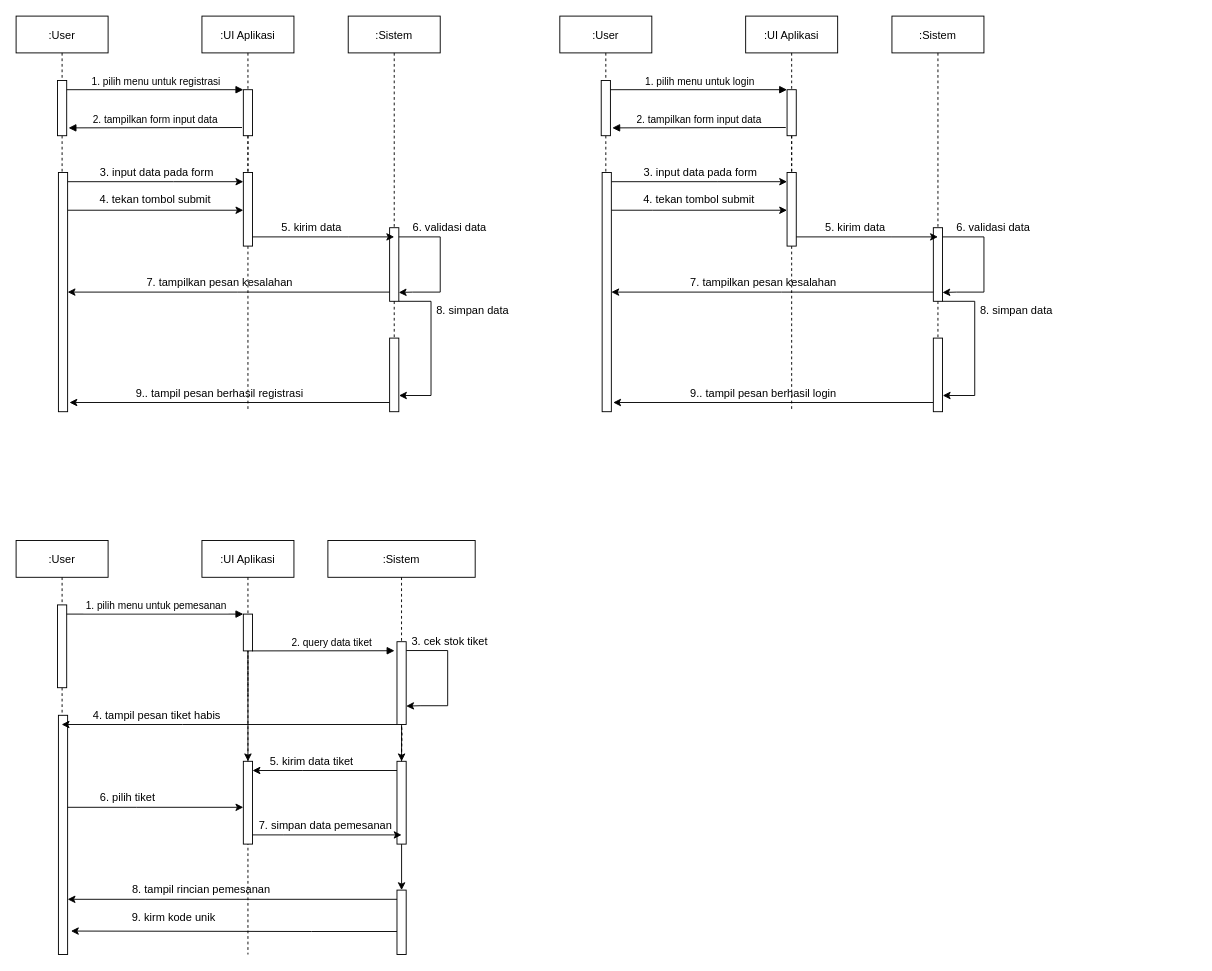
This is sequenceDiagram.drawio from ricky3knowhere/IF214002, a draw.io file, before an edit. Source tidied: cells renumbered, new cells numbered last; positions are measured from the earlier drawing's top-left corner, leaving out a move shared by most shapes. Both pictures are drawn from the tidied source at 92%, with x=0, y=0 at pixel (16, 16).
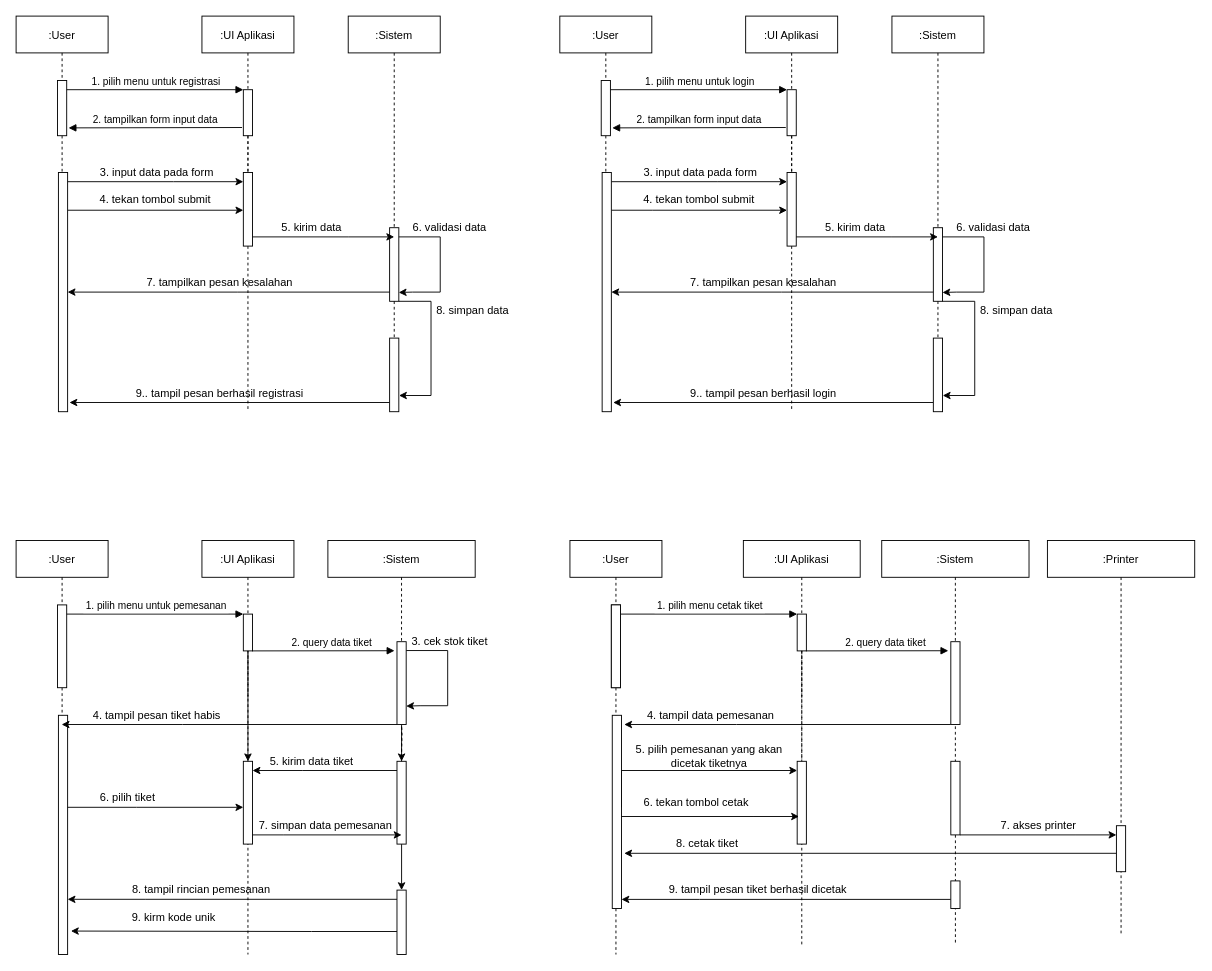
Above is the later version.

Diff of the diagram source:
```diff
@@
+    <mxCell id="87" style="edgeStyle=orthogonalEdgeStyle;rounded=0;orthogonalLoop=1;jettySize=auto;html=1;endArrow=none;endFill=0;dashed=1;" parent="1" edge="1">
+      <mxGeometry relative="1" as="geometry">
+        <mxPoint x="1021" y="860" as="sourcePoint" />
+        <mxPoint x="1021" y="1010" as="targetPoint" />
+      </mxGeometry>
+    </mxCell>
+    <mxCell id="88" value=":UI Aplikasi" style="shape=umlLifeline;perimeter=lifelinePerimeter;rounded=0;shadow=0;strokeWidth=1;" parent="1" vertex="1">
+      <mxGeometry x="790.5" y="570" width="127" height="440" as="geometry" />
+    </mxCell>
+    <mxCell id="89" style="edgeStyle=orthogonalEdgeStyle;rounded=0;orthogonalLoop=1;jettySize=auto;html=1;endArrow=classic;endFill=1;" parent="88" edge="1">
+      <mxGeometry relative="1" as="geometry">
+        <mxPoint x="50" y="240" as="targetPoint" />
+      </mxGeometry>
+    </mxCell>
@@
+    <mxCell id="90" style="points=[];perimeter=orthogonalPerimeter;rounded=0;shadow=0;strokeWidth=1;" parent="1" vertex="1">
+      <mxGeometry x="647" y="640" width="10" height="90" as="geometry" />
+    </mxCell>
+    <mxCell id="91" style="points=[];perimeter=orthogonalPerimeter;rounded=0;shadow=0;strokeWidth=1;" parent="1" vertex="1">
+      <mxGeometry x="849" y="650" width="10" height="40" as="geometry" />
+    </mxCell>
+    <mxCell id="92" style="edgeStyle=orthogonalEdgeStyle;rounded=0;jettySize=auto;html=1;dashed=1;endArrow=none;endFill=0;" parent="1" edge="1" source="91">
+      <mxGeometry relative="1" as="geometry">
+        <mxPoint x="854" y="740" as="targetPoint" />
+      </mxGeometry>
+    </mxCell>
+    <mxCell id="93" style="points=[];perimeter=orthogonalPerimeter;rounded=0;shadow=0;strokeWidth=1;" parent="1" vertex="1">
+      <mxGeometry x="849" y="810" width="10" height="90" as="geometry" />
+    </mxCell>
+    <mxCell id="94" style="edgeStyle=orthogonalEdgeStyle;rounded=0;jettySize=auto;html=1;endArrow=none;endFill=0;dashed=1;" parent="1" edge="1" source="91" target="93">
+      <mxGeometry relative="1" as="geometry" />
+    </mxCell>
+    <mxCell id="95" value=" 1. pilih menu cetak tiket" style="verticalAlign=bottom;endArrow=block;entryX=0;entryY=0;shadow=0;strokeWidth=1;" parent="1" edge="1" source="90" target="91">
+      <mxGeometry relative="1" as="geometry" />
+    </mxCell>
+    <mxCell id="96" value="2. query data tiket" style="verticalAlign=bottom;endArrow=block;shadow=0;strokeWidth=1;entryX=-0.267;entryY=0.109;entryDx=0;entryDy=0;entryPerimeter=0;" parent="1" edge="1" target="100">
+      <mxGeometry x="0.13" relative="1" as="geometry">
+        <mxPoint x="858.5" y="690" as="sourcePoint" />
+      </mxGeometry>
+    </mxCell>
+    <mxCell id="97" value=":Sistem" style="shape=umlLifeline;perimeter=lifelinePerimeter;rounded=0;shadow=0;strokeWidth=1;" parent="1" vertex="1">
+      <mxGeometry x="940.9" y="570" width="160.1" height="310" as="geometry" />
+    </mxCell>
+    <mxCell id="98" value="&amp;nbsp;4. tampil data pemesanan" style="text;html=1;align=center;verticalAlign=middle;strokeColor=none;fillColor=none;" parent="1" vertex="1">
+      <mxGeometry x="673" y="750" width="160" height="20" as="geometry" />
+    </mxCell>
+    <mxCell id="99" style="edgeStyle=orthogonalEdgeStyle;rounded=0;jettySize=auto;html=1;endArrow=classic;endFill=1;" parent="1" edge="1" source="100">
+      <mxGeometry relative="1" as="geometry">
+        <mxPoint x="661" y="770" as="targetPoint" />
+        <Array as="points">
+          <mxPoint x="783" y="770" />
+          <mxPoint x="783" y="770" />
+        </Array>
+      </mxGeometry>
+    </mxCell>
+    <mxCell id="100" style="points=[];perimeter=orthogonalPerimeter;rounded=0;shadow=0;strokeWidth=1;" parent="1" vertex="1">
+      <mxGeometry x="1016" y="680" width="10" height="90" as="geometry" />
+    </mxCell>
+    <mxCell id="101" style="edgeStyle=orthogonalEdgeStyle;rounded=0;jettySize=auto;html=1;endArrow=classic;endFill=1;" parent="1" edge="1" source="102" target="114">
+      <mxGeometry relative="1" as="geometry">
+        <Array as="points">
+          <mxPoint x="1151" y="890" />
+          <mxPoint x="1151" y="890" />
+        </Array>
+      </mxGeometry>
+    </mxCell>
+    <mxCell id="102" style="points=[];perimeter=orthogonalPerimeter;rounded=0;shadow=0;strokeWidth=1;" parent="1" vertex="1">
+      <mxGeometry x="1016" y="810" width="10" height="80" as="geometry" />
+    </mxCell>
+    <mxCell id="103" style="edgeStyle=orthogonalEdgeStyle;rounded=0;jettySize=auto;html=1;endArrow=classic;endFill=1;" parent="1" edge="1" target="93">
+      <mxGeometry relative="1" as="geometry">
+        <mxPoint x="658" y="860.1" as="sourcePoint" />
+        <Array as="points">
+          <mxPoint x="658" y="820" />
+        </Array>
+      </mxGeometry>
+    </mxCell>
+    <mxCell id="104" value="&lt;div&gt;5. pilih pemesanan yang akan &lt;br&gt;&lt;/div&gt;&lt;div&gt;dicetak tiketnya&lt;br&gt;&lt;/div&gt;" style="text;html=1;align=center;verticalAlign=middle;strokeColor=none;fillColor=none;" parent="1" vertex="1">
+      <mxGeometry x="668" y="790" width="170" height="30" as="geometry" />
+    </mxCell>
+    <mxCell id="105" value="7. akses printer" style="text;html=1;align=center;verticalAlign=middle;strokeColor=none;fillColor=none;" parent="1" vertex="1">
+      <mxGeometry x="1061" y="870" width="100" height="20" as="geometry" />
+    </mxCell>
+    <mxCell id="106" style="edgeStyle=orthogonalEdgeStyle;rounded=0;orthogonalLoop=1;jettySize=auto;html=1;endArrow=classic;endFill=1;" parent="1" edge="1">
+      <mxGeometry relative="1" as="geometry">
+        <mxPoint x="1016" y="960.1" as="sourcePoint" />
+        <mxPoint x="658" y="960.1" as="targetPoint" />
+        <Array as="points">
+          <mxPoint x="743" y="960" />
+          <mxPoint x="743" y="960" />
+        </Array>
+      </mxGeometry>
+    </mxCell>
+    <mxCell id="107" value=":User" style="shape=umlLifeline;perimeter=lifelinePerimeter;rounded=0;shadow=0;strokeWidth=1;" parent="1" vertex="1">
+      <mxGeometry x="602" y="570" width="100" height="450" as="geometry" />
+    </mxCell>
+    <mxCell id="108" style="perimeter=orthogonalPerimeter;rounded=0;shadow=0;strokeWidth=1;" parent="107" vertex="1">
+      <mxGeometry x="45" y="70" width="10" height="90" as="geometry" />
+    </mxCell>
+    <mxCell id="109" style="points=[];perimeter=orthogonalPerimeter;rounded=0;shadow=0;strokeWidth=1;" parent="107" vertex="1">
+      <mxGeometry x="46" y="190" width="10" height="210" as="geometry" />
+    </mxCell>
+    <mxCell id="110" style="edgeStyle=orthogonalEdgeStyle;rounded=0;jettySize=auto;html=1;endArrow=classic;endFill=1;" parent="1" edge="1" source="109">
+      <mxGeometry relative="1" as="geometry">
+        <mxPoint x="851" y="870" as="targetPoint" />
+        <Array as="points">
+          <mxPoint x="801" y="870" />
+          <mxPoint x="801" y="870" />
+        </Array>
+      </mxGeometry>
+    </mxCell>
+    <mxCell id="111" value="6. tekan tombol cetak" style="text;html=1;align=center;verticalAlign=middle;strokeColor=none;fillColor=none;" parent="1" vertex="1">
+      <mxGeometry x="674" y="845" width="130" height="20" as="geometry" />
+    </mxCell>
+    <mxCell id="112" value=":Printer" style="shape=umlLifeline;perimeter=lifelinePerimeter;rounded=0;shadow=0;strokeWidth=1;" parent="1" vertex="1">
+      <mxGeometry x="1121" y="570" width="160.1" height="430" as="geometry" />
+    </mxCell>
+    <mxCell id="113" style="edgeStyle=orthogonalEdgeStyle;rounded=0;jettySize=auto;html=1;endArrow=classic;endFill=1;" parent="1" edge="1" source="114">
+      <mxGeometry relative="1" as="geometry">
+        <mxPoint x="661" y="910" as="targetPoint" />
+        <Array as="points">
+          <mxPoint x="661" y="910" />
+        </Array>
+      </mxGeometry>
+    </mxCell>
+    <mxCell id="114" style="points=[];perimeter=orthogonalPerimeter;rounded=0;shadow=0;strokeWidth=1;" parent="1" vertex="1">
+      <mxGeometry x="1196" y="880" width="10" height="50" as="geometry" />
+    </mxCell>
+    <mxCell id="115" style="perimeter=orthogonalPerimeter;rounded=0;shadow=0;strokeWidth=1;" parent="1" vertex="1">
+      <mxGeometry x="1016" y="940" width="10" height="30" as="geometry" />
+    </mxCell>
+    <mxCell id="116" value="8. cetak tiket" style="text;html=1;align=center;verticalAlign=middle;strokeColor=none;fillColor=none;" parent="1" vertex="1">
+      <mxGeometry x="710.5" y="890" width="80" height="20" as="geometry" />
+    </mxCell>
+    <mxCell id="117" value="9. tampil pesan tiket berhasil dicetak" style="text;html=1;align=center;verticalAlign=middle;strokeColor=none;fillColor=none;" parent="1" vertex="1">
+      <mxGeometry x="701" y="940" width="210" height="20" as="geometry" />
+    </mxCell>
```
